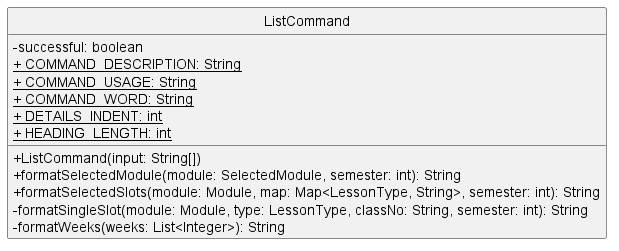
nus-cs2113-AY2223S1/tp keeps this PlantUML diagram as docs/images/ListCommandCLass.png. Above is the earlier version.
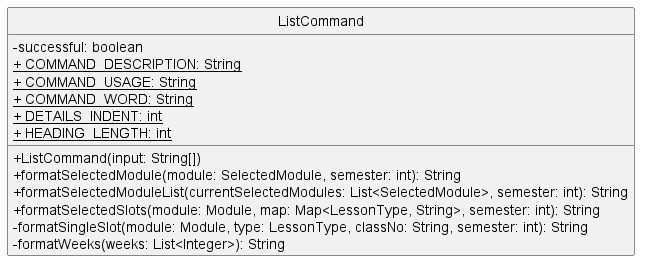
The same diagram one commit later.

Commit message:
Update list command class diagram

Change to the diagram source:
```diff
@@ -12,6 +12,7 @@
 
     + ListCommand(input: String[])
     + formatSelectedModule(module: SelectedModule, semester: int): String
+    + formatSelectedModuleList(currentSelectedModules: List<SelectedModule>, semester: int): String
     + formatSelectedSlots(module: Module, map: Map<LessonType, String>, semester: int): String
     - formatSingleSlot(module: Module, type: LessonType, classNo: String, semester: int): String
     - formatWeeks(weeks: List<Integer>): String
```
